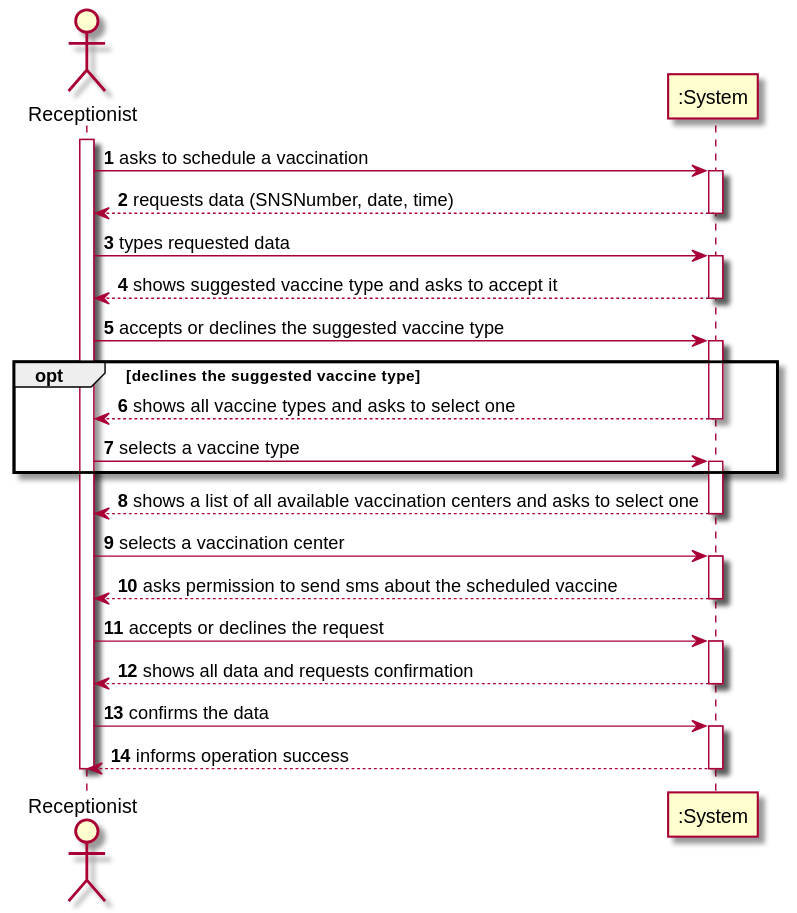
This is docs/SprintC/US02/SSD/US02_SSD.svg from miseEnPlace-i/lapr2, a PlantUML export, as it was before one commit.
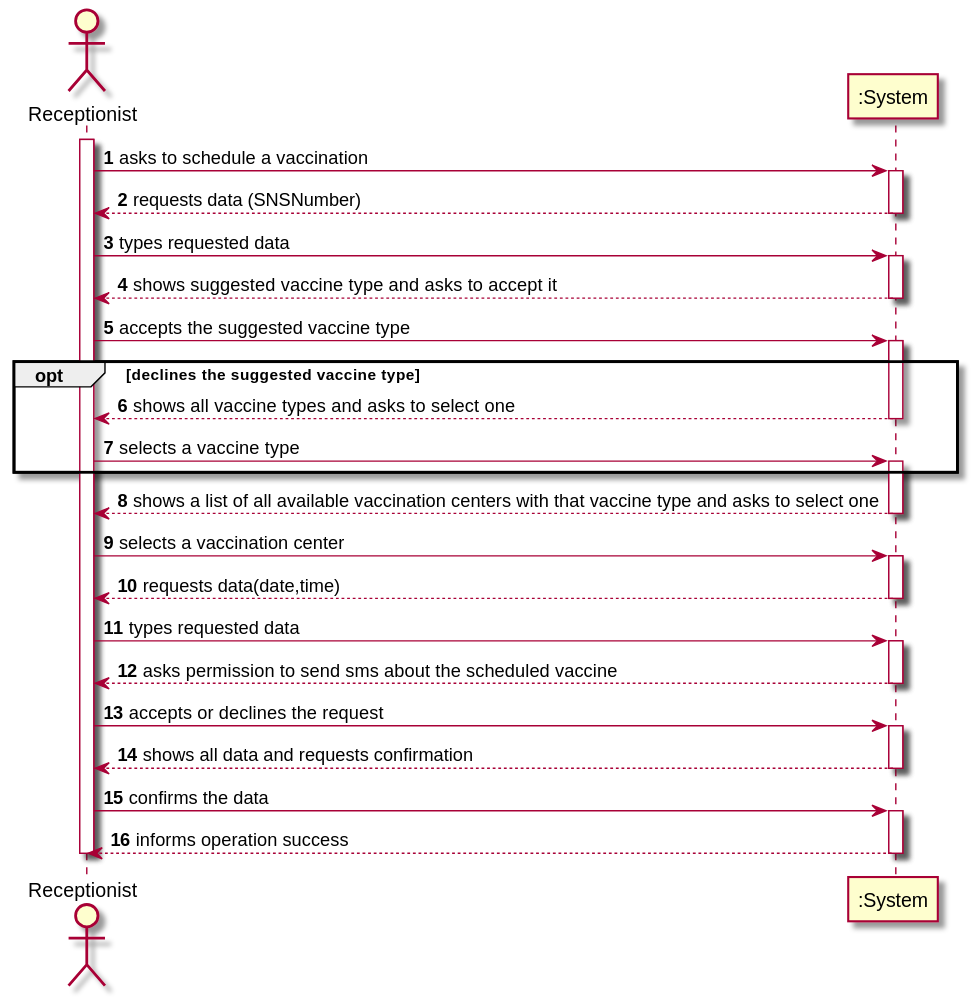
The same diagram one commit later.

The edit, as a diff of the source:
```diff
@@ -5,14 +5,14 @@
 activate Recept
 Recept -> ":System" : asks to schedule a vaccination
 activate ":System"
-":System" --> Recept : requests data (SNSNumber, date, time)
+":System" --> Recept : requests data (SNSNumber)
 deactivate ":System"
 Recept -> ":System" : types requested data
 activate ":System"
 
 ":System" --> Recept : shows suggested vaccine type and asks to accept it
 deactivate ":System"
-Recept -> ":System" : accepts or declines the suggested vaccine type
+Recept -> ":System" : accepts the suggested vaccine type
 activate ":System"
 
 opt declines the suggested vaccine type
@@ -22,9 +22,14 @@
 activate ":System"
 end
 
-":System" --> Recept: shows a list of all available vaccination centers and asks to select one
+":System" --> Recept: shows a list of all available vaccination centers with that vaccine type and asks to select one
 deactivate ":System"
 Recept -> ":System" : selects a vaccination center
+activate ":System"
+
+":System" --> Recept : requests data(date,time)
+deactivate ":System"
+Recept -> ":System" : types requested data
 activate ":System"
 
 ":System" --> Recept : asks permission to send sms about the scheduled vaccine
```
